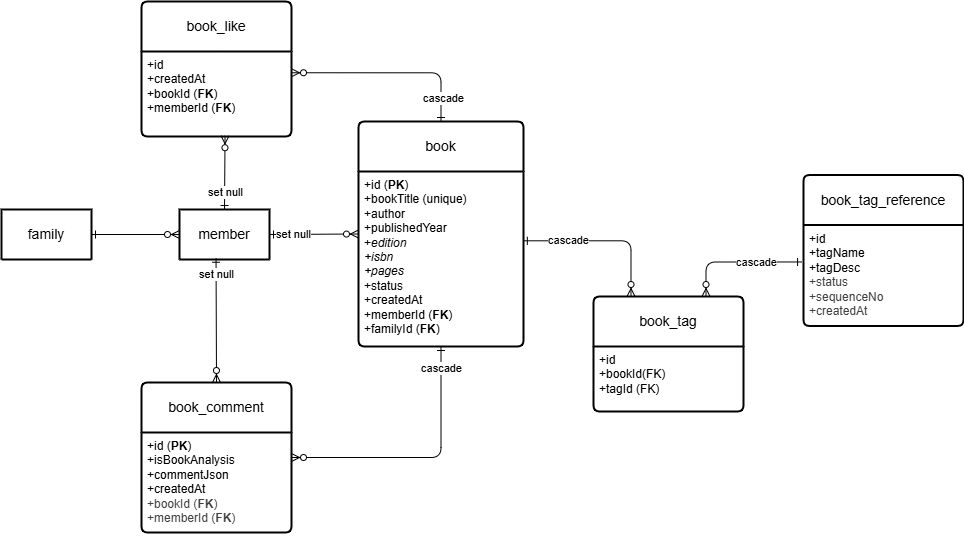
Above: docs/book-schema.png in greg1951/family-social-scratch (draw.io), before the change. Source tidied: cells renumbered, new cells last; positions are measured from the earlier drawing's top-left corner, leaving out a move shared by most shapes. Its diagram source:
```xml
<mxGraphModel>
  <root>
    <mxCell id="0" />
    <mxCell id="1" parent="0" />
    <mxCell id="2" value="book" style="swimlane;horizontal=1;startSize=50;rounded=1;fontSize=14;fontStyle=0;strokeWidth=2;shadow=0;dashed=0;align=center;arcSize=4;whiteSpace=wrap;html=1;" parent="1" vertex="1">
      <mxGeometry x="357" y="120" width="165" height="225" as="geometry" />
    </mxCell>
    <mxCell id="3" value="+id (&lt;b&gt;PK&lt;/b&gt;)&lt;br&gt;&lt;div&gt;+bookTitle (unique)&lt;/div&gt;&lt;div&gt;+author&lt;/div&gt;&lt;div&gt;+publishedYear&lt;/div&gt;&lt;div&gt;+&lt;i&gt;edition&lt;/i&gt;&lt;/div&gt;&lt;div&gt;&lt;i&gt;+isbn&lt;/i&gt;&lt;/div&gt;&lt;div&gt;&lt;i&gt;+pages&lt;/i&gt;&lt;/div&gt;&lt;div&gt;+status&lt;/div&gt;&lt;div&gt;&lt;span style=&quot;color: rgb(0, 0, 0);&quot;&gt;+createdAt&lt;/span&gt;&lt;br style=&quot;color: rgb(63, 63, 63); scrollbar-color: rgb(226, 226, 226) rgb(251, 251, 251);&quot;&gt;&lt;/div&gt;&lt;div&gt;&lt;span style=&quot;color: rgb(0, 0, 0);&quot;&gt;+memberId (&lt;b&gt;FK&lt;/b&gt;)&lt;/span&gt;&lt;/div&gt;&lt;div&gt;&lt;font color=&quot;#000000&quot;&gt;+familyId (&lt;b&gt;FK&lt;/b&gt;)&lt;/font&gt;&lt;/div&gt;&lt;div&gt;&lt;span style=&quot;color: rgb(0, 0, 0);&quot;&gt;&lt;br&gt;&lt;/span&gt;&lt;/div&gt;" style="align=left;strokeColor=none;fillColor=none;spacingLeft=4;fontSize=12;verticalAlign=top;html=1;" parent="2" vertex="1">
      <mxGeometry y="50" width="165" height="175" as="geometry" />
    </mxCell>
    <mxCell id="4" value="member" style="swimlane;horizontal=1;startSize=50;rounded=1;fontSize=14;fontStyle=0;strokeWidth=2;shadow=0;dashed=0;align=center;arcSize=4;whiteSpace=wrap;html=1;" parent="1" vertex="1" collapsed="1">
      <mxGeometry x="178" y="208" width="90" height="50" as="geometry" />
    </mxCell>
    <mxCell id="5" value="family" style="swimlane;horizontal=1;startSize=50;rounded=1;fontSize=14;fontStyle=0;strokeWidth=2;shadow=0;dashed=0;align=center;arcSize=4;whiteSpace=wrap;html=1;" parent="1" vertex="1" collapsed="1">
      <mxGeometry y="208" width="90" height="50" as="geometry" />
    </mxCell>
    <mxCell id="6" style="fontSize=12;html=1;endArrow=ERzeroToMany;startArrow=ERone;exitX=1;exitY=0.5;exitDx=0;exitDy=0;entryX=0;entryY=0.5;entryDx=0;entryDy=0;startFill=0;" parent="1" edge="1" source="4" target="2">
      <mxGeometry relative="1" as="geometry" />
    </mxCell>
    <mxCell id="7" value="set null" style="edgeLabel;html=1;align=center;verticalAlign=middle;" parent="6" vertex="1">
      <mxGeometry x="-0.04" y="1" relative="1" as="geometry">
        <mxPoint x="-19" y="1" as="offset" />
      </mxGeometry>
    </mxCell>
    <mxCell id="8" style="fontSize=12;html=1;endArrow=ERzeroToMany;startArrow=ERone;entryX=0;entryY=0.5;entryDx=0;entryDy=0;startFill=0;exitX=1;exitY=0.5;exitDx=0;exitDy=0;" parent="1" edge="1" source="5" target="4">
      <mxGeometry relative="1" as="geometry" />
    </mxCell>
    <mxCell id="9" style="fontSize=12;html=1;endArrow=ERzeroToMany;startArrow=ERone;startFill=0;exitX=0.5;exitY=1;exitDx=0;exitDy=0;entryX=1;entryY=0.25;entryDx=0;entryDy=0;edgeStyle=orthogonalEdgeStyle;" parent="1" edge="1" source="3" target="12">
      <mxGeometry relative="1" as="geometry" />
    </mxCell>
    <mxCell id="10" value="cascade" style="edgeLabel;html=1;align=center;verticalAlign=middle;" parent="9" vertex="1">
      <mxGeometry x="-0.84" relative="1" as="geometry" />
    </mxCell>
    <mxCell id="11" value="book_comment" style="swimlane;horizontal=1;startSize=50;rounded=1;fontSize=14;fontStyle=0;strokeWidth=2;shadow=0;dashed=0;align=center;arcSize=4;whiteSpace=wrap;html=1;" parent="1" vertex="1">
      <mxGeometry x="140" y="381" width="150" height="150" as="geometry" />
    </mxCell>
    <mxCell id="12" value="+id (&lt;b&gt;PK&lt;/b&gt;)&lt;div&gt;&lt;font color=&quot;#000000&quot;&gt;+isBookAnalysis&lt;br&gt;&lt;/font&gt;&lt;div&gt;+commentJson&lt;/div&gt;&lt;div style=&quot;color: rgb(63, 63, 63); scrollbar-color: rgb(226, 226, 226) rgb(251, 251, 251);&quot;&gt;&lt;span style=&quot;scrollbar-color: rgb(226, 226, 226) rgb(251, 251, 251); color: rgb(0, 0, 0);&quot;&gt;+createdAt&lt;/span&gt;&lt;br style=&quot;scrollbar-color: rgb(226, 226, 226) rgb(251, 251, 251); color: rgb(63, 63, 63);&quot;&gt;&lt;/div&gt;&lt;div style=&quot;color: rgb(63, 63, 63); scrollbar-color: rgb(226, 226, 226) rgb(251, 251, 251);&quot;&gt;&lt;span style=&quot;background-color: transparent; color: rgb(63, 63, 63);&quot;&gt;+bookId (&lt;b&gt;FK&lt;/b&gt;)&lt;/span&gt;&lt;/div&gt;&lt;div style=&quot;color: rgb(63, 63, 63); scrollbar-color: rgb(226, 226, 226) rgb(251, 251, 251);&quot;&gt;&lt;div style=&quot;color: rgb(63, 63, 63); scrollbar-color: rgb(226, 226, 226) rgb(251, 251, 251);&quot;&gt;&lt;span style=&quot;color: rgb(63, 63, 63); scrollbar-color: rgb(226, 226, 226) rgb(251, 251, 251); background-color: transparent;&quot;&gt;+memberId (&lt;b&gt;FK&lt;/b&gt;)&lt;/span&gt;&lt;/div&gt;&lt;div&gt;&lt;span style=&quot;color: rgb(63, 63, 63); scrollbar-color: rgb(226, 226, 226) rgb(251, 251, 251); background-color: transparent;&quot;&gt;&lt;br&gt;&lt;/span&gt;&lt;/div&gt;&lt;/div&gt;&lt;div&gt;&lt;br&gt;&lt;/div&gt;&lt;/div&gt;" style="align=left;strokeColor=none;fillColor=none;spacingLeft=4;fontSize=12;verticalAlign=top;html=1;" parent="11" vertex="1">
      <mxGeometry y="50" width="150" height="100" as="geometry" />
    </mxCell>
    <mxCell id="13" style="fontSize=12;html=1;endArrow=ERzeroToMany;startArrow=ERone;entryX=0.5;entryY=0;entryDx=0;entryDy=0;exitX=0.406;exitY=0.975;exitDx=0;exitDy=0;exitPerimeter=0;startFill=0;" parent="1" edge="1" source="4" target="11">
      <mxGeometry relative="1" as="geometry" />
    </mxCell>
    <mxCell id="14" value="set null" style="edgeLabel;html=1;align=center;verticalAlign=middle;" parent="13" vertex="1">
      <mxGeometry x="-0.14" y="1" relative="1" as="geometry">
        <mxPoint x="-1" y="-38" as="offset" />
      </mxGeometry>
    </mxCell>
    <mxCell id="15" value="book_tag_reference" style="swimlane;horizontal=1;startSize=50;rounded=1;fontSize=14;fontStyle=0;strokeWidth=2;shadow=0;dashed=0;align=center;arcSize=4;whiteSpace=wrap;html=1;" parent="1" vertex="1">
      <mxGeometry x="802" y="173.5" width="160" height="151" as="geometry" />
    </mxCell>
    <mxCell id="16" value="&lt;span style=&quot;color: rgb(0, 0, 0);&quot;&gt;+id&lt;/span&gt;&lt;br style=&quot;color: rgb(63, 63, 63); scrollbar-color: rgb(226, 226, 226) rgb(251, 251, 251);&quot;&gt;&lt;span style=&quot;color: rgb(0, 0, 0);&quot;&gt;+tagName&lt;/span&gt;&lt;br style=&quot;color: rgb(63, 63, 63); scrollbar-color: rgb(226, 226, 226) rgb(251, 251, 251);&quot;&gt;&lt;span style=&quot;color: rgb(0, 0, 0);&quot;&gt;+tagDesc&lt;/span&gt;&lt;div style=&quot;color: rgb(63, 63, 63); scrollbar-color: rgb(226, 226, 226) rgb(251, 251, 251);&quot;&gt;&lt;font style=&quot;scrollbar-color: rgb(226, 226, 226) rgb(251, 251, 251);&quot;&gt;+status&lt;/font&gt;&lt;/div&gt;&lt;div style=&quot;color: rgb(63, 63, 63); scrollbar-color: rgb(226, 226, 226) rgb(251, 251, 251);&quot;&gt;&lt;font style=&quot;scrollbar-color: rgb(226, 226, 226) rgb(251, 251, 251);&quot;&gt;+sequenceNo&lt;br style=&quot;color: rgb(63, 63, 63); scrollbar-color: rgb(226, 226, 226) rgb(251, 251, 251);&quot;&gt;&lt;/font&gt;&lt;div style=&quot;color: rgb(63, 63, 63); scrollbar-color: rgb(226, 226, 226) rgb(251, 251, 251);&quot;&gt;+createdAt&lt;/div&gt;&lt;/div&gt;" style="align=left;strokeColor=none;fillColor=none;spacingLeft=4;fontSize=12;verticalAlign=top;html=1;" parent="15" vertex="1">
      <mxGeometry y="50" width="160" height="101" as="geometry" />
    </mxCell>
    <mxCell id="17" value="book_tag" style="swimlane;horizontal=1;startSize=50;rounded=1;fontSize=14;fontStyle=0;strokeWidth=2;shadow=0;dashed=0;align=center;arcSize=4;whiteSpace=wrap;html=1;" parent="1" vertex="1">
      <mxGeometry x="592" y="295" width="150" height="115" as="geometry" />
    </mxCell>
    <mxCell id="18" value="+id&lt;br style=&quot;color: rgb(63, 63, 63); scrollbar-color: rgb(226, 226, 226) rgb(251, 251, 251);&quot;&gt;+bookId(FK)&lt;br style=&quot;color: rgb(63, 63, 63); scrollbar-color: rgb(226, 226, 226) rgb(251, 251, 251);&quot;&gt;+tagId (FK)&lt;div style=&quot;color: rgb(63, 63, 63); scrollbar-color: rgb(226, 226, 226) rgb(251, 251, 251);&quot;&gt;&lt;br style=&quot;color: rgb(63, 63, 63); scrollbar-color: rgb(226, 226, 226) rgb(251, 251, 251);&quot;&gt;&lt;/div&gt;" style="align=left;strokeColor=none;fillColor=none;spacingLeft=4;fontSize=12;verticalAlign=top;html=1;" parent="17" vertex="1">
      <mxGeometry y="50" width="150" height="65" as="geometry" />
    </mxCell>
    <mxCell id="19" style="fontSize=12;html=1;endArrow=ERzeroToMany;startArrow=ERone;exitX=-0.012;exitY=0.366;exitDx=0;exitDy=0;startFill=0;edgeStyle=orthogonalEdgeStyle;exitPerimeter=0;entryX=0.75;entryY=0;entryDx=0;entryDy=0;" parent="1" edge="1" source="16" target="17">
      <mxGeometry relative="1" as="geometry" />
    </mxCell>
    <mxCell id="20" value="cascade" style="edgeLabel;html=1;align=center;verticalAlign=middle;" parent="19" vertex="1">
      <mxGeometry x="-0.3" relative="1" as="geometry" />
    </mxCell>
    <mxCell id="21" style="fontSize=12;html=1;endArrow=ERzeroToMany;startArrow=ERone;startFill=0;exitX=0.999;exitY=0.396;exitDx=0;exitDy=0;exitPerimeter=0;edgeStyle=orthogonalEdgeStyle;entryX=0.25;entryY=0;entryDx=0;entryDy=0;" parent="1" edge="1" source="3" target="17">
      <mxGeometry relative="1" as="geometry" />
    </mxCell>
    <mxCell id="22" value="cascade" style="edgeLabel;html=1;align=center;verticalAlign=middle;" parent="21" vertex="1">
      <mxGeometry x="-0.44" y="1" relative="1" as="geometry" />
    </mxCell>
    <mxCell id="23" value="book_like" style="swimlane;horizontal=1;startSize=50;rounded=1;fontSize=14;fontStyle=0;strokeWidth=2;shadow=0;dashed=0;align=center;arcSize=4;whiteSpace=wrap;html=1;" parent="1" vertex="1">
      <mxGeometry x="140" width="150" height="135" as="geometry" />
    </mxCell>
    <mxCell id="24" value="+id&lt;div&gt;&lt;font color=&quot;#000000&quot;&gt;+createdAt&lt;br style=&quot;scrollbar-color: rgb(226, 226, 226) rgb(251, 251, 251); color: rgb(63, 63, 63);&quot;&gt;&lt;/font&gt;+bookId (&lt;b&gt;FK&lt;/b&gt;)&lt;br style=&quot;color: rgb(63, 63, 63); scrollbar-color: rgb(226, 226, 226) rgb(251, 251, 251);&quot;&gt;+memberId (&lt;b&gt;FK&lt;/b&gt;)&lt;div style=&quot;color: rgb(63, 63, 63); scrollbar-color: rgb(226, 226, 226) rgb(251, 251, 251);&quot;&gt;&lt;br style=&quot;color: rgb(63, 63, 63); scrollbar-color: rgb(226, 226, 226) rgb(251, 251, 251);&quot;&gt;&lt;/div&gt;&lt;/div&gt;" style="align=left;strokeColor=none;fillColor=none;spacingLeft=4;fontSize=12;verticalAlign=top;html=1;" parent="23" vertex="1">
      <mxGeometry y="50" width="150" height="85" as="geometry" />
    </mxCell>
    <mxCell id="25" style="fontSize=12;html=1;endArrow=ERzeroToMany;startArrow=ERone;startFill=0;endFill=0;entryX=1;entryY=0.25;entryDx=0;entryDy=0;exitX=0.5;exitY=0;exitDx=0;exitDy=0;edgeStyle=orthogonalEdgeStyle;" parent="1" edge="1" source="2" target="24">
      <mxGeometry relative="1" as="geometry" />
    </mxCell>
    <mxCell id="26" value="cascade" style="edgeLabel;html=1;align=center;verticalAlign=middle;" parent="25" vertex="1">
      <mxGeometry x="-0.76" y="-2" relative="1" as="geometry" />
    </mxCell>
    <mxCell id="27" style="fontSize=12;html=1;endArrow=ERzeroToMany;startArrow=ERone;exitX=0.5;exitY=0;exitDx=0;exitDy=0;startFill=0;entryX=0.557;entryY=0.991;entryDx=0;entryDy=0;entryPerimeter=0;" parent="1" edge="1" source="4" target="24">
      <mxGeometry relative="1" as="geometry" />
    </mxCell>
    <mxCell id="28" value="set null" style="edgeLabel;html=1;align=center;verticalAlign=middle;" parent="27" vertex="1">
      <mxGeometry x="-0.14" y="1" relative="1" as="geometry">
        <mxPoint x="1" y="15" as="offset" />
      </mxGeometry>
    </mxCell>
  </root>
</mxGraphModel>
```
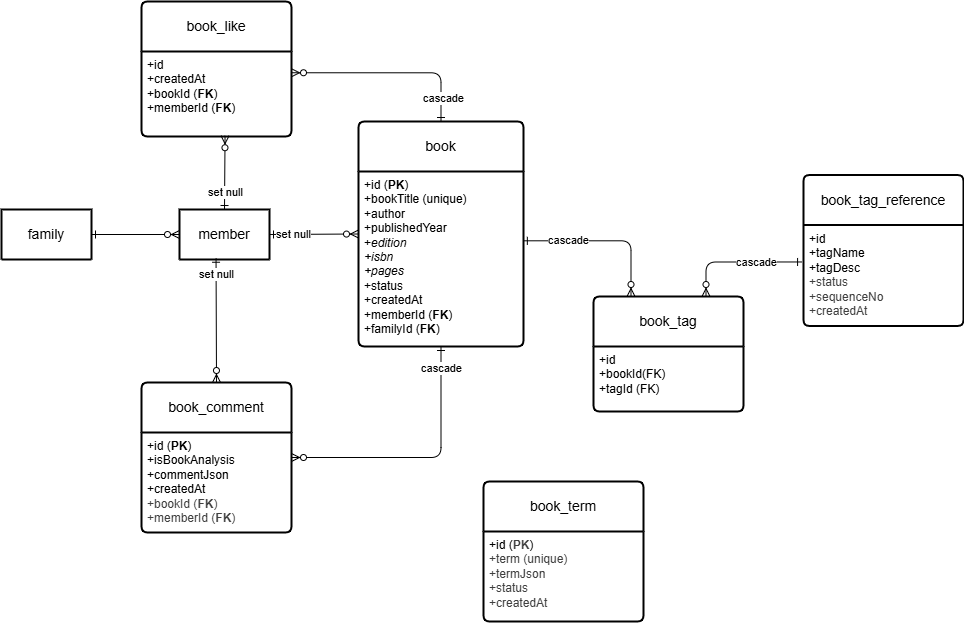
Above is the later version.

Diff of the diagram source:
```diff
@@ -89,5 +89,11 @@
         <mxPoint x="1" y="15" as="offset" />
       </mxGeometry>
     </mxCell>
+    <mxCell id="29" value="book_term" style="swimlane;horizontal=1;startSize=50;rounded=1;fontSize=14;fontStyle=0;strokeWidth=2;shadow=0;dashed=0;align=center;arcSize=4;whiteSpace=wrap;html=1;" parent="1" vertex="1">
+      <mxGeometry x="482" y="480" width="160" height="140" as="geometry" />
+    </mxCell>
+    <mxCell id="30" value="+id (&lt;b style=&quot;color: rgb(63, 63, 63); scrollbar-color: rgb(226, 226, 226) rgb(251, 251, 251);&quot;&gt;PK&lt;/b&gt;)&lt;div style=&quot;color: rgb(63, 63, 63); scrollbar-color: rgb(226, 226, 226) rgb(251, 251, 251);&quot;&gt;&lt;font style=&quot;scrollbar-color: rgb(226, 226, 226) rgb(251, 251, 251);&quot;&gt;+term (unique)&lt;br style=&quot;color: rgb(63, 63, 63); scrollbar-color: rgb(226, 226, 226) rgb(251, 251, 251);&quot;&gt;&lt;/font&gt;&lt;div style=&quot;color: rgb(63, 63, 63); scrollbar-color: rgb(226, 226, 226) rgb(251, 251, 251);&quot;&gt;+termJson&lt;/div&gt;&lt;div style=&quot;color: rgb(63, 63, 63); scrollbar-color: rgb(226, 226, 226) rgb(251, 251, 251);&quot;&gt;+status&lt;/div&gt;&lt;div style=&quot;color: rgb(63, 63, 63); scrollbar-color: rgb(226, 226, 226) rgb(251, 251, 251);&quot;&gt;&lt;span style=&quot;color: rgb(63, 63, 63); scrollbar-color: rgb(226, 226, 226) rgb(251, 251, 251); background-color: transparent;&quot;&gt;+createdAt&lt;/span&gt;&lt;/div&gt;&lt;div style=&quot;color: rgb(63, 63, 63); scrollbar-color: rgb(226, 226, 226) rgb(251, 251, 251);&quot;&gt;&lt;span style=&quot;scrollbar-color: rgb(226, 226, 226) rgb(251, 251, 251); background-color: transparent; color: rgb(63, 63, 63);&quot;&gt;&lt;br style=&quot;color: rgb(63, 63, 63); scrollbar-color: rgb(226, 226, 226) rgb(251, 251, 251);&quot;&gt;&lt;/span&gt;&lt;/div&gt;&lt;/div&gt;" style="align=left;strokeColor=none;fillColor=none;spacingLeft=4;fontSize=12;verticalAlign=top;html=1;" parent="29" vertex="1">
+      <mxGeometry y="50" width="160" height="90" as="geometry" />
+    </mxCell>
   </root>
 </mxGraphModel>
```
